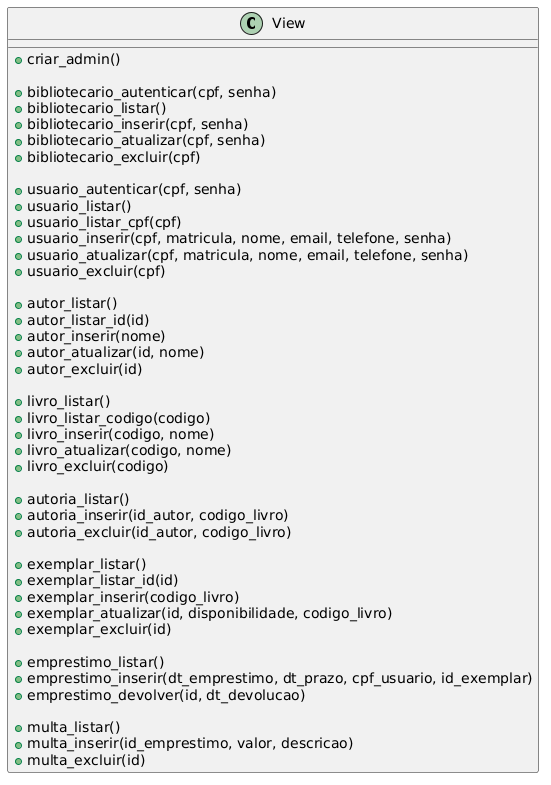
ViniciusC-Moura/bibliotechv2 keeps this PlantUML diagram as docs/diagrama-de-classes/classes_poo/classes_operacoes.png. Above is the earlier version. Its source is kept beside it as docs/diagrama-de-classes/classes_poo/classes_operacoes.puml. Source of this version:
```plantuml
@startuml
class View {

  +criar_admin()

  +bibliotecario_autenticar(cpf, senha)
  +bibliotecario_listar()
  +bibliotecario_inserir(cpf, senha)
  +bibliotecario_atualizar(cpf, senha)
  +bibliotecario_excluir(cpf)

  +usuario_autenticar(cpf, senha)
  +usuario_listar()
  +usuario_listar_cpf(cpf)
  +usuario_inserir(cpf, matricula, nome, email, telefone, senha)
  +usuario_atualizar(cpf, matricula, nome, email, telefone, senha)
  +usuario_excluir(cpf)

  +autor_listar()
  +autor_listar_id(id)
  +autor_inserir(nome)
  +autor_atualizar(id, nome)
  +autor_excluir(id)

  +livro_listar()
  +livro_listar_codigo(codigo)
  +livro_inserir(codigo, nome)
  +livro_atualizar(codigo, nome)
  +livro_excluir(codigo)

  +autoria_listar()
  +autoria_inserir(id_autor, codigo_livro)
  +autoria_excluir(id_autor, codigo_livro)

  +exemplar_listar()
  +exemplar_listar_id(id)
  +exemplar_inserir(codigo_livro)
  +exemplar_atualizar(id, disponibilidade, codigo_livro)
  +exemplar_excluir(id)

  +emprestimo_listar()
  +emprestimo_inserir(dt_emprestimo, dt_prazo, cpf_usuario, id_exemplar)
  +emprestimo_devolver(id, dt_devolucao)

  +multa_listar()
  +multa_inserir(id_emprestimo, valor, descricao)
  +multa_excluir(id)
}
@enduml
```
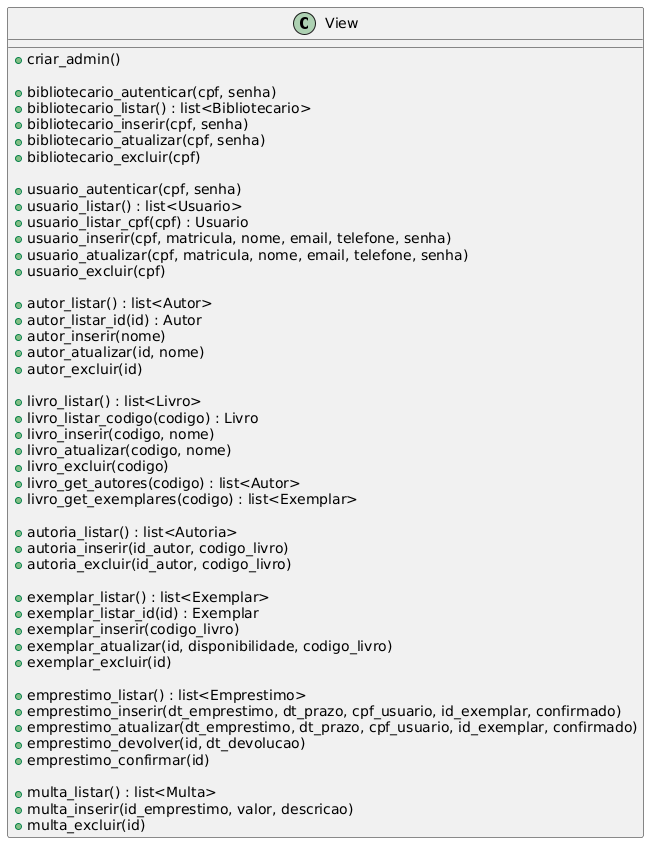
The same diagram one commit later.

Diff of the diagram source:
```diff
@@ -4,45 +4,49 @@
   +criar_admin()
 
   +bibliotecario_autenticar(cpf, senha)
-  +bibliotecario_listar()
+  +bibliotecario_listar() : list<Bibliotecario>
   +bibliotecario_inserir(cpf, senha)
   +bibliotecario_atualizar(cpf, senha)
   +bibliotecario_excluir(cpf)
 
   +usuario_autenticar(cpf, senha)
-  +usuario_listar()
-  +usuario_listar_cpf(cpf)
+  +usuario_listar() : list<Usuario>
+  +usuario_listar_cpf(cpf) : Usuario
   +usuario_inserir(cpf, matricula, nome, email, telefone, senha)
   +usuario_atualizar(cpf, matricula, nome, email, telefone, senha)
   +usuario_excluir(cpf)
 
-  +autor_listar()
-  +autor_listar_id(id)
+  +autor_listar() : list<Autor>
+  +autor_listar_id(id) : Autor
   +autor_inserir(nome)
   +autor_atualizar(id, nome)
   +autor_excluir(id)
 
-  +livro_listar()
-  +livro_listar_codigo(codigo)
+  +livro_listar() : list<Livro>
+  +livro_listar_codigo(codigo) : Livro
   +livro_inserir(codigo, nome)
   +livro_atualizar(codigo, nome)
   +livro_excluir(codigo)
+  +livro_get_autores(codigo) : list<Autor>
+  +livro_get_exemplares(codigo) : list<Exemplar>
 
-  +autoria_listar()
+  +autoria_listar() : list<Autoria>
   +autoria_inserir(id_autor, codigo_livro)
   +autoria_excluir(id_autor, codigo_livro)
 
-  +exemplar_listar()
-  +exemplar_listar_id(id)
+  +exemplar_listar() : list<Exemplar>
+  +exemplar_listar_id(id) : Exemplar
   +exemplar_inserir(codigo_livro)
   +exemplar_atualizar(id, disponibilidade, codigo_livro)
   +exemplar_excluir(id)
 
-  +emprestimo_listar()
-  +emprestimo_inserir(dt_emprestimo, dt_prazo, cpf_usuario, id_exemplar)
+  +emprestimo_listar() : list<Emprestimo>
+  +emprestimo_inserir(dt_emprestimo, dt_prazo, cpf_usuario, id_exemplar, confirmado)
+  +emprestimo_atualizar(dt_emprestimo, dt_prazo, cpf_usuario, id_exemplar, confirmado)
   +emprestimo_devolver(id, dt_devolucao)
+  +emprestimo_confirmar(id)
 
-  +multa_listar()
+  +multa_listar() : list<Multa>
   +multa_inserir(id_emprestimo, valor, descricao)
   +multa_excluir(id)
 }
```
